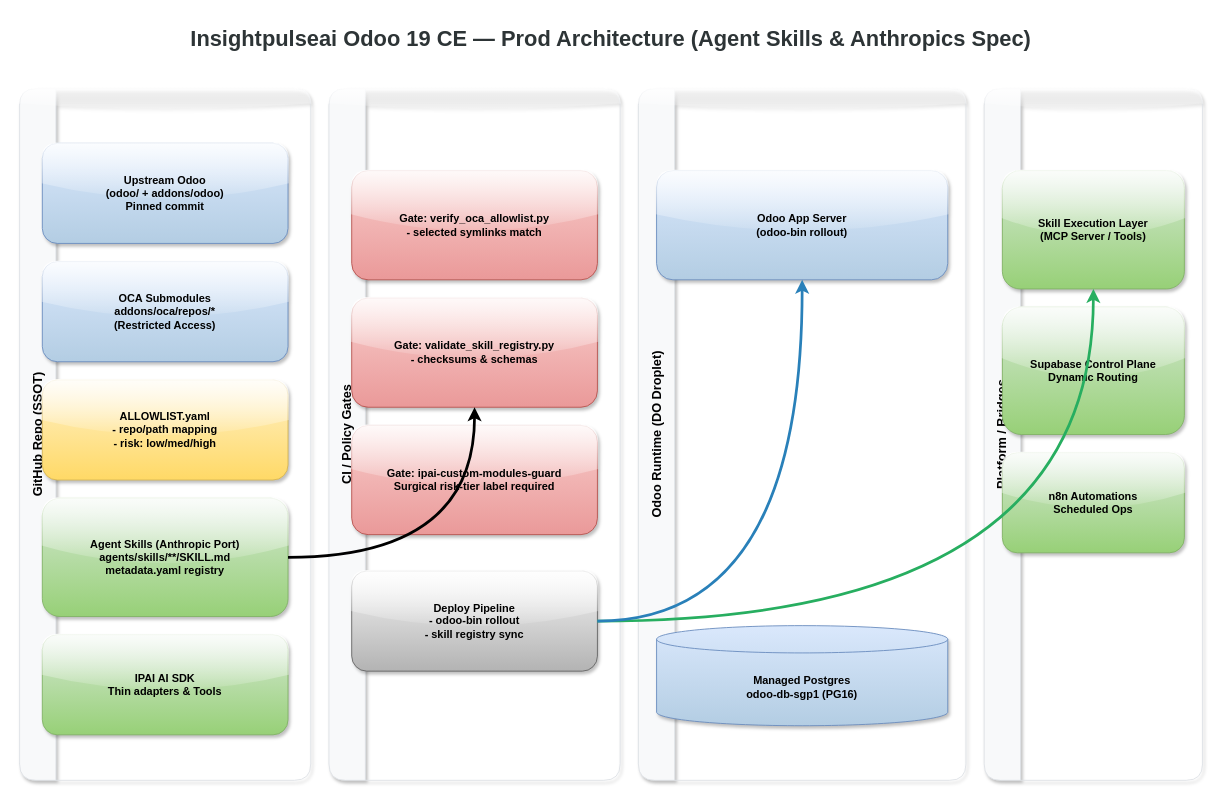
Earlier version of the draw.io diagram docs/diagrams/azure/odoo-ops-architecture.drawio (Insightpulseai/odoo). Source tidied: cells renumbered, new cells numbered last; positions are measured from the earlier drawing's top-left corner, leaving out a move shared by most shapes. Both pictures are drawn from the tidied source at 91%, with x=0, y=0 at pixel (19, 15).
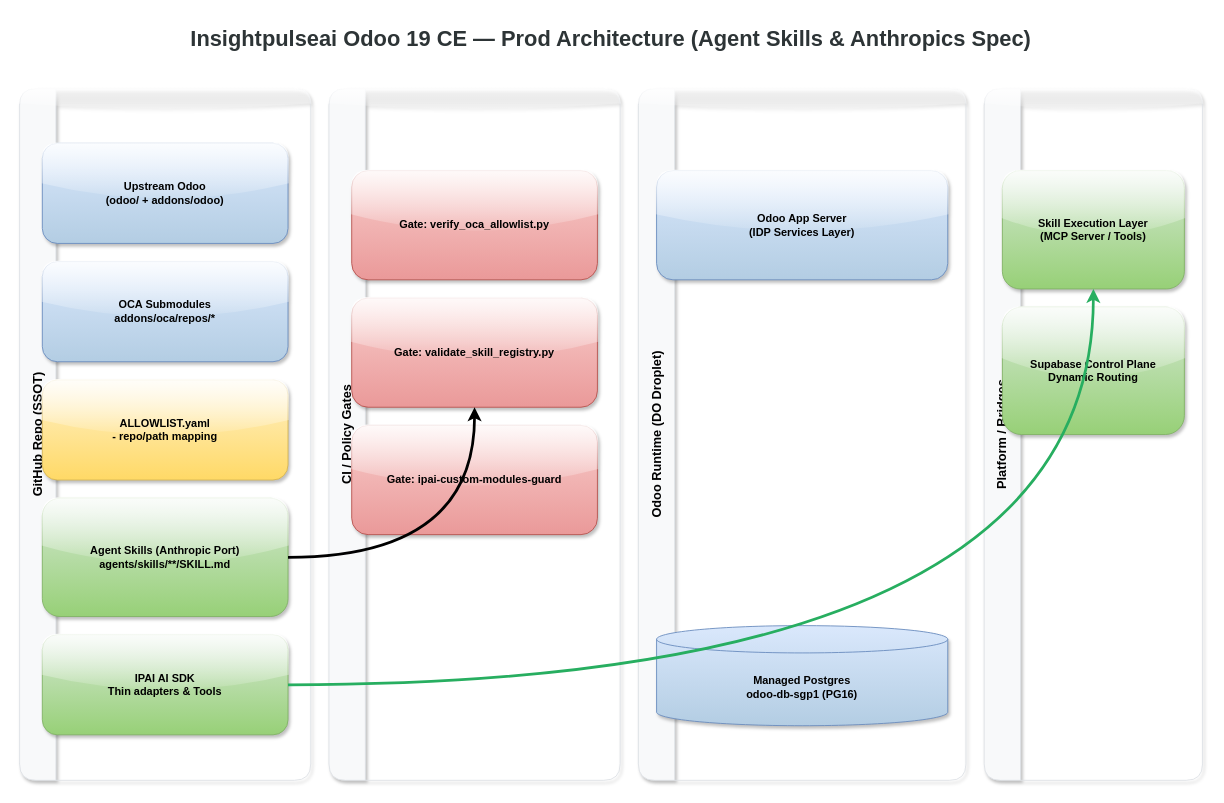
After the change.

Commit message (it also covers changes not shown here):
docs(diagrams): add interactive links and tooltips for 'Live Documentation'

Unchanged cells that the change refers to:
```xml
<mxCell id="3" value="GitHub Repo (SSOT)" style="swimlane;horizontal=0;whiteSpace=wrap;html=1;fillColor=#F8F9FA;strokeColor=#DEE2E6;rounded=1;startSize=40;glass=1;shadow=1;fontSize=14;fontStyle=1;" parent="1" vertex="1">
  <mxGeometry y="80" width="320" height="760" as="geometry" />
</mxCell>
<mxCell id="4" value="CI / Policy Gates" style="swimlane;horizontal=0;whiteSpace=wrap;html=1;fillColor=#F8F9FA;strokeColor=#DEE2E6;rounded=1;startSize=40;glass=1;shadow=1;fontSize=14;fontStyle=1;" parent="1" vertex="1">
  <mxGeometry x="340" y="80" width="320" height="760" as="geometry" />
</mxCell>
<mxCell id="5" value="Odoo Runtime (DO Droplet)" style="swimlane;horizontal=0;whiteSpace=wrap;html=1;fillColor=#F8F9FA;strokeColor=#DEE2E6;rounded=1;startSize=40;glass=1;shadow=1;fontSize=14;fontStyle=1;" parent="1" vertex="1">
  <mxGeometry x="680" y="80" width="360" height="760" as="geometry" />
</mxCell>
<mxCell id="6" value="Platform / Bridges" style="swimlane;horizontal=0;whiteSpace=wrap;html=1;fillColor=#F8F9FA;strokeColor=#DEE2E6;rounded=1;startSize=40;glass=1;shadow=1;fontSize=14;fontStyle=1;" parent="1" vertex="1">
  <mxGeometry x="1060" y="80" width="240" height="760" as="geometry" />
</mxCell>
<mxCell id="11" value="IPAI AI SDK&#10;Thin adapters &amp; Tools" style="rounded=1;whiteSpace=wrap;html=1;fillColor=#d5e8d4;strokeColor=#82b366;gradientColor=#97d077;glass=1;shadow=1;fontStyle=1;" parent="3" vertex="1">
  <mxGeometry x="25" y="600" width="270" height="110" as="geometry" />
</mxCell>
<mxCell id="18" value="Skill Execution Layer&#10;(MCP Server / Tools)" style="rounded=1;whiteSpace=wrap;html=1;fillColor=#d5e8d4;strokeColor=#82b366;gradientColor=#97d077;glass=1;shadow=1;fontStyle=1;" parent="6" vertex="1">
  <mxGeometry x="20" y="90" width="200" height="130" as="geometry" />
</mxCell>
```

The edit, as a diff of the source:
```diff
@@
-    <mxCell id="7" value="Upstream Odoo&#10;(odoo/ + addons/odoo)&#10;Pinned commit" style="rounded=1;whiteSpace=wrap;html=1;fillColor=#dae8fc;strokeColor=#6c8ebf;gradientColor=#b3cde3;glass=1;shadow=1;fontStyle=1;" parent="3" vertex="1">
+    <mxCell id="7" value="Upstream Odoo&#10;(odoo/ + addons/odoo)" style="rounded=1;whiteSpace=wrap;html=1;fillColor=#dae8fc;strokeColor=#6c8ebf;gradientColor=#b3cde3;glass=1;shadow=1;fontStyle=1;" parent="3" vertex="1">
       <mxGeometry x="25" y="60" width="270" height="110" as="geometry" />
     </mxCell>
-    <mxCell id="8" value="OCA Submodules&#10;addons/oca/repos/*&#10;(Restricted Access)" style="rounded=1;whiteSpace=wrap;html=1;fillColor=#dae8fc;strokeColor=#6c8ebf;gradientColor=#b3cde3;glass=1;shadow=1;fontStyle=1;" parent="3" vertex="1">
+    <mxCell id="8" value="OCA Submodules&#10;addons/oca/repos/*" style="rounded=1;whiteSpace=wrap;html=1;fillColor=#dae8fc;strokeColor=#6c8ebf;gradientColor=#b3cde3;glass=1;shadow=1;fontStyle=1;" parent="3" vertex="1">
       <mxGeometry x="25" y="190" width="270" height="110" as="geometry" />
     </mxCell>
-    <mxCell id="9" value="ALLOWLIST.yaml&#10;- repo/path mapping&#10;- risk: low/med/high" style="rounded=1;whiteSpace=wrap;html=1;fillColor=#fff2cc;strokeColor=#d6b656;gradientColor=#ffd966;glass=1;shadow=1;fontStyle=1;" parent="3" vertex="1">
+    <mxCell id="9" value="ALLOWLIST.yaml&#10;- repo/path mapping" style="rounded=1;whiteSpace=wrap;html=1;fillColor=#fff2cc;strokeColor=#d6b656;gradientColor=#ffd966;glass=1;shadow=1;fontStyle=1;" parent="3" vertex="1">
       <mxGeometry x="25" y="320" width="270" height="110" as="geometry" />
     </mxCell>
-    <mxCell id="10" value="Agent Skills (Anthropic Port)&#10;agents/skills/**/SKILL.md&#10;metadata.yaml registry" style="rounded=1;whiteSpace=wrap;html=1;fillColor=#d5e8d4;strokeColor=#82b366;gradientColor=#97d077;glass=1;shadow=1;fontStyle=1;" parent="3" vertex="1">
+    <mxCell id="10" value="Agent Skills (Anthropic Port)&#10;agents/skills/**/SKILL.md" style="rounded=1;whiteSpace=wrap;html=1;fillColor=#d5e8d4;strokeColor=#82b366;gradientColor=#97d077;glass=1;shadow=1;fontStyle=1;" parent="3" vertex="1">
       <mxGeometry x="25" y="450" width="270" height="130" as="geometry" />
     </mxCell>
@@
-    <mxCell id="12" value="Gate: verify_oca_allowlist.py&#10;- selected symlinks match" style="rounded=1;whiteSpace=wrap;html=1;fillColor=#f8cecc;strokeColor=#b85450;gradientColor=#ea9999;glass=1;shadow=1;fontStyle=1;" parent="4" vertex="1">
+    <mxCell id="12" value="Gate: verify_oca_allowlist.py" style="rounded=1;whiteSpace=wrap;html=1;fillColor=#f8cecc;strokeColor=#b85450;gradientColor=#ea9999;glass=1;shadow=1;fontStyle=1;" parent="4" vertex="1">
       <mxGeometry x="25" y="90" width="270" height="120" as="geometry" />
     </mxCell>
-    <mxCell id="13" value="Gate: validate_skill_registry.py&#10;- checksums &amp; schemas" style="rounded=1;whiteSpace=wrap;html=1;fillColor=#f8cecc;strokeColor=#b85450;gradientColor=#ea9999;glass=1;shadow=1;fontStyle=1;" parent="4" vertex="1">
+    <mxCell id="13" value="Gate: validate_skill_registry.py" style="rounded=1;whiteSpace=wrap;html=1;fillColor=#f8cecc;strokeColor=#b85450;gradientColor=#ea9999;glass=1;shadow=1;fontStyle=1;" parent="4" vertex="1">
       <mxGeometry x="25" y="230" width="270" height="120" as="geometry" />
     </mxCell>
-    <mxCell id="14" value="Gate: ipai-custom-modules-guard&#10;Surgical risk-tier label required" style="rounded=1;whiteSpace=wrap;html=1;fillColor=#f8cecc;strokeColor=#b85450;gradientColor=#ea9999;glass=1;shadow=1;fontStyle=1;" parent="4" vertex="1">
+    <mxCell id="14" value="Gate: ipai-custom-modules-guard" style="rounded=1;whiteSpace=wrap;html=1;fillColor=#f8cecc;strokeColor=#b85450;gradientColor=#ea9999;glass=1;shadow=1;fontStyle=1;" parent="4" vertex="1">
       <mxGeometry x="25" y="370" width="270" height="120" as="geometry" />
     </mxCell>
-    <mxCell id="15" value="Deploy Pipeline&#10;- odoo-bin rollout&#10;- skill registry sync" style="rounded=1;whiteSpace=wrap;html=1;fillColor=#f5f5f5;strokeColor=#666666;gradientColor=#b3b3b3;glass=1;shadow=1;fontStyle=1;" parent="4" vertex="1">
-      <mxGeometry x="25" y="530" width="270" height="110" as="geometry" />
-    </mxCell>
-    <mxCell id="16" value="Odoo App Server&#10;(odoo-bin rollout)" style="rounded=1;whiteSpace=wrap;html=1;fillColor=#dae8fc;strokeColor=#6c8ebf;gradientColor=#b3cde3;glass=1;shadow=1;fontStyle=1;" parent="5" vertex="1">
+    <mxCell id="16" value="Odoo App Server&#10;(IDP Services Layer)" style="rounded=1;whiteSpace=wrap;html=1;fillColor=#dae8fc;strokeColor=#6c8ebf;gradientColor=#b3cde3;glass=1;shadow=1;fontStyle=1;" parent="5" vertex="1">
       <mxGeometry x="20" y="90" width="320" height="120" as="geometry" />
     </mxCell>
@@
-    <mxCell id="20" value="n8n Automations&#10;Scheduled Ops" style="rounded=1;whiteSpace=wrap;html=1;fillColor=#d5e8d4;strokeColor=#82b366;gradientColor=#97d077;glass=1;shadow=1;fontStyle=1;" parent="6" vertex="1">
-      <mxGeometry x="20" y="400" width="200" height="110" as="geometry" />
-    </mxCell>
@@
-    <mxCell id="22" style="edgeStyle=orthogonalEdgeStyle;rounded=1;jettySize=auto;html=1;strokeWidth=3;strokeColor=#27AE60;curved=1;" parent="1" edge="1" source="15" target="18">
+    <mxCell id="22" style="edgeStyle=orthogonalEdgeStyle;rounded=1;jettySize=auto;html=1;strokeWidth=3;strokeColor=#27AE60;curved=1;" parent="1" edge="1" source="11" target="18">
       <mxGeometry relative="1" as="geometry" />
     </mxCell>
-    <mxCell id="23" style="edgeStyle=orthogonalEdgeStyle;rounded=1;jettySize=auto;html=1;strokeWidth=3;strokeColor=#2980B9;curved=1;" parent="1" edge="1" source="15" target="16">
-      <mxGeometry relative="1" as="geometry" />
-    </mxCell>
```
